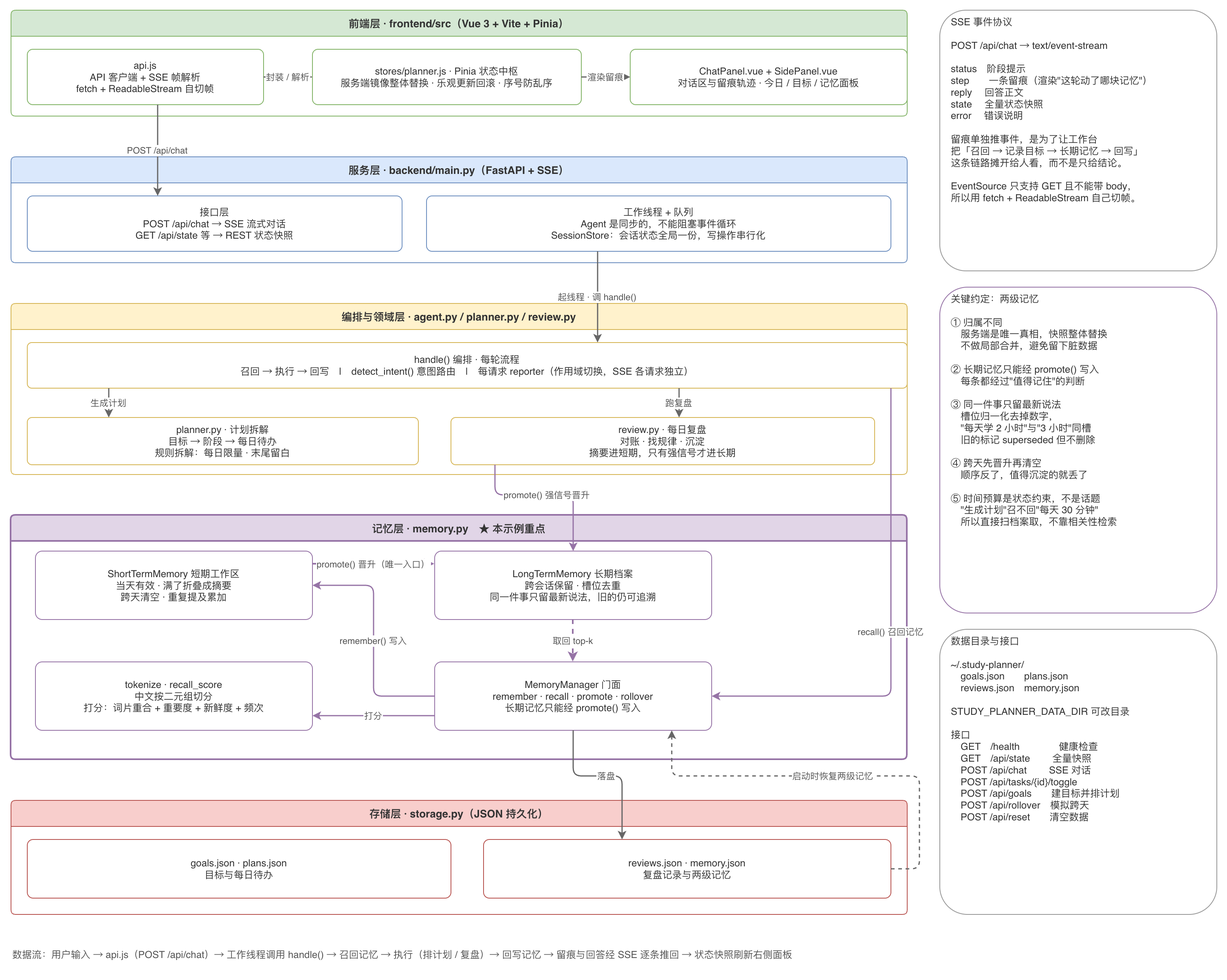
Above: Demos/examples/study_planner/architecture.png in vhtml/AI-Knowledge-Base (draw.io), before the change. Source tidied: cells renumbered, new cells last; positions are measured from the earlier drawing's top-left corner, leaving out a move shared by most shapes. Its diagram source:
```xml
<mxGraphModel>
  <root>
    <mxCell id="0" />
    <mxCell id="1" parent="0" />
    <mxCell id="2" value="前端层 · frontend/src（Vue 3 + Vite + Pinia）" style="swimlane;startSize=32;horizontal=1;html=0;convertToSvg=1;svgWhiteSpace=wrap;fillColor=#d5e8d4;strokeColor=#82b366;fontStyle=1;fontSize=13;fontColor=#333333;rounded=1;arcSize=6;" parent="1" vertex="1">
      <mxGeometry width="1100" height="130" as="geometry" />
    </mxCell>
    <mxCell id="3" value="api.js&#10;API 客户端 + SSE 帧解析&#10;fetch + ReadableStream 自切帧" style="rounded=1;arcSize=10;whiteSpace=wrap;html=0;convertToSvg=1;svgWhiteSpace=wrap;fillColor=#ffffff;strokeColor=#82b366;fontSize=12;fontColor=#333333;" parent="2" vertex="1">
      <mxGeometry x="20" y="48" width="290" height="68" as="geometry" />
    </mxCell>
    <mxCell id="4" value="stores/planner.js · Pinia 状态中枢&#10;服务端镜像整体替换 · 乐观更新回滚 · 序号防乱序" style="rounded=1;arcSize=10;whiteSpace=wrap;html=0;convertToSvg=1;svgWhiteSpace=wrap;fillColor=#ffffff;strokeColor=#82b366;fontSize=12;fontColor=#333333;" parent="2" vertex="1">
      <mxGeometry x="370" y="48" width="330" height="68" as="geometry" />
    </mxCell>
    <mxCell id="5" value="ChatPanel.vue + SidePanel.vue&#10;对话区与留痕轨迹 · 今日 / 目标 / 记忆面板" style="rounded=1;arcSize=10;whiteSpace=wrap;html=0;convertToSvg=1;svgWhiteSpace=wrap;fillColor=#ffffff;strokeColor=#82b366;fontSize=12;fontColor=#333333;" parent="2" vertex="1">
      <mxGeometry x="760" y="48" width="340" height="68" as="geometry" />
    </mxCell>
    <mxCell id="6" value="服务层 · backend/main.py（FastAPI + SSE）" style="swimlane;startSize=32;horizontal=1;html=0;convertToSvg=1;svgWhiteSpace=wrap;fillColor=#dae8fc;strokeColor=#6c8ebf;fontStyle=1;fontSize=13;fontColor=#333333;rounded=1;arcSize=6;" parent="1" vertex="1">
      <mxGeometry y="180" width="1100" height="130" as="geometry" />
    </mxCell>
    <mxCell id="7" value="接口层&#10;POST /api/chat → SSE 流式对话&#10;GET /api/state 等 → REST 状态快照" style="rounded=1;arcSize=10;whiteSpace=wrap;html=0;convertToSvg=1;svgWhiteSpace=wrap;fillColor=#ffffff;strokeColor=#6c8ebf;fontSize=12;fontColor=#333333;" parent="6" vertex="1">
      <mxGeometry x="20" y="48" width="460" height="68" as="geometry" />
    </mxCell>
    <mxCell id="8" value="工作线程 + 队列&#10;Agent 是同步的，不能阻塞事件循环&#10;SessionStore：会话状态全局一份，写操作串行化" style="rounded=1;arcSize=10;whiteSpace=wrap;html=0;convertToSvg=1;svgWhiteSpace=wrap;fillColor=#ffffff;strokeColor=#6c8ebf;fontSize=12;fontColor=#333333;" parent="6" vertex="1">
      <mxGeometry x="510" y="48" width="570" height="68" as="geometry" />
    </mxCell>
    <mxCell id="9" value="编排与领域层 · agent.py / planner.py / review.py" style="swimlane;startSize=32;horizontal=1;html=0;convertToSvg=1;svgWhiteSpace=wrap;fillColor=#fff2cc;strokeColor=#d6b656;fontStyle=1;fontSize=13;fontColor=#333333;rounded=1;arcSize=6;" parent="1" vertex="1">
      <mxGeometry y="360" width="1100" height="210" as="geometry" />
    </mxCell>
    <mxCell id="10" value="handle() 编排 · 每轮流程&#10;召回 → 执行 → 回写　|　detect_intent() 意图路由　|　每请求 reporter（作用域切换，SSE 各请求独立）" style="rounded=1;arcSize=10;whiteSpace=wrap;html=0;convertToSvg=1;svgWhiteSpace=wrap;fillColor=#ffffff;strokeColor=#d6b656;fontSize=12;fontColor=#333333;" parent="9" vertex="1">
      <mxGeometry x="20" y="48" width="1080" height="56" as="geometry" />
    </mxCell>
    <mxCell id="11" value="planner.py · 计划拆解&#10;目标 → 阶段 → 每日待办&#10;规则拆解：每日限量 · 末尾留白" style="rounded=1;arcSize=10;whiteSpace=wrap;html=0;convertToSvg=1;svgWhiteSpace=wrap;fillColor=#ffffff;strokeColor=#d6b656;fontSize=12;fontColor=#333333;" parent="9" vertex="1">
      <mxGeometry x="20" y="140" width="480" height="58" as="geometry" />
    </mxCell>
    <mxCell id="12" value="review.py · 每日复盘&#10;对账 · 找规律 · 沉淀&#10;摘要进短期，只有强信号才进长期" style="rounded=1;arcSize=10;whiteSpace=wrap;html=0;convertToSvg=1;svgWhiteSpace=wrap;fillColor=#ffffff;strokeColor=#d6b656;fontSize=12;fontColor=#333333;" parent="9" vertex="1">
      <mxGeometry x="540" y="140" width="520" height="58" as="geometry" />
    </mxCell>
    <mxCell id="13" value="记忆层 · memory.py　★ 本示例重点" style="swimlane;startSize=32;horizontal=1;html=0;convertToSvg=1;svgWhiteSpace=wrap;fillColor=#e1d5e7;strokeColor=#9673a6;fontStyle=1;fontSize=13;fontColor=#333333;strokeWidth=2;rounded=1;arcSize=6;" parent="1" vertex="1">
      <mxGeometry y="620" width="1100" height="300" as="geometry" />
    </mxCell>
    <mxCell id="14" value="ShortTermMemory 短期工作区&#10;当天有效 · 满了折叠成摘要&#10;跨天清空 · 重复提及累加" style="rounded=1;arcSize=10;whiteSpace=wrap;html=0;convertToSvg=1;svgWhiteSpace=wrap;fillColor=#ffffff;strokeColor=#9673a6;fontSize=12;fontColor=#333333;" parent="13" vertex="1">
      <mxGeometry x="30" y="44" width="340" height="84" as="geometry" />
    </mxCell>
    <mxCell id="15" value="LongTermMemory 长期档案&#10;跨会话保留 · 槽位去重&#10;同一件事只留最新说法，旧的仍可追溯" style="rounded=1;arcSize=10;whiteSpace=wrap;html=0;convertToSvg=1;svgWhiteSpace=wrap;fillColor=#ffffff;strokeColor=#9673a6;fontSize=12;fontColor=#333333;" parent="13" vertex="1">
      <mxGeometry x="520" y="44" width="340" height="84" as="geometry" />
    </mxCell>
    <mxCell id="16" value="tokenize · recall_score&#10;中文按二元组切分&#10;打分：词片重合 + 重要度 + 新鲜度 + 频次" style="rounded=1;arcSize=10;whiteSpace=wrap;html=0;convertToSvg=1;svgWhiteSpace=wrap;fillColor=#ffffff;strokeColor=#9673a6;fontSize=12;fontColor=#333333;" parent="13" vertex="1">
      <mxGeometry x="30" y="180" width="340" height="84" as="geometry" />
    </mxCell>
    <mxCell id="17" value="MemoryManager 门面&#10;remember · recall · promote · rollover&#10;长期记忆只能经 promote() 写入" style="rounded=1;arcSize=10;whiteSpace=wrap;html=0;convertToSvg=1;svgWhiteSpace=wrap;fillColor=#ffffff;strokeColor=#9673a6;fontSize=12;fontColor=#333333;" parent="13" vertex="1">
      <mxGeometry x="520" y="180" width="340" height="84" as="geometry" />
    </mxCell>
    <mxCell id="18" value="promote() 晋升（唯一入口）" style="edgeStyle=orthogonalEdgeStyle;rounded=1;jettySize=auto;html=0;convertToSvg=1;svgWhiteSpace=wrap;exitX=1.0000;exitY=0.1905;exitDx=0;exitDy=0;entryX=0.0000;entryY=0.1905;entryDx=0;entryDy=0;strokeColor=#9673a6;strokeWidth=2;fontSize=11;fontColor=#555555;labelBackgroundColor=#ffffff;" parent="13" edge="1" source="14" target="15">
      <mxGeometry relative="1" as="geometry" />
    </mxCell>
    <mxCell id="19" value="取回 top-k" style="edgeStyle=orthogonalEdgeStyle;rounded=1;jettySize=auto;html=0;convertToSvg=1;svgWhiteSpace=wrap;exitX=0.5000;exitY=1.0000;exitDx=0;exitDy=0;entryX=0.5000;entryY=0.0000;entryDx=0;entryDy=0;strokeColor=#9673a6;strokeWidth=2;fontSize=11;fontColor=#555555;labelBackgroundColor=#ffffff;dashed=1;" parent="13" edge="1" source="15" target="17">
      <mxGeometry relative="1" as="geometry" />
    </mxCell>
    <mxCell id="20" value="remember() 写入" style="edgeStyle=orthogonalEdgeStyle;rounded=1;jettySize=auto;html=0;convertToSvg=1;svgWhiteSpace=wrap;exitX=0.0000;exitY=0.5000;exitDx=0;exitDy=0;entryX=1.0000;entryY=0.5000;entryDx=0;entryDy=0;strokeColor=#9673a6;strokeWidth=1.5;fontSize=11;fontColor=#555555;labelBackgroundColor=#ffffff;" parent="13" edge="1" source="17" target="14">
      <mxGeometry relative="1" as="geometry">
        <Array as="points">
          <mxPoint x="445" y="222" />
          <mxPoint x="445" y="86" />
        </Array>
      </mxGeometry>
    </mxCell>
    <mxCell id="21" value="打分" style="edgeStyle=orthogonalEdgeStyle;rounded=1;jettySize=auto;html=0;convertToSvg=1;svgWhiteSpace=wrap;exitX=0.0000;exitY=0.7857;exitDx=0;exitDy=0;entryX=1.0000;entryY=0.7857;entryDx=0;entryDy=0;strokeColor=#9673a6;strokeWidth=1.5;fontSize=11;fontColor=#555555;labelBackgroundColor=#ffffff;" parent="13" edge="1" source="17" target="16">
      <mxGeometry relative="1" as="geometry" />
    </mxCell>
    <mxCell id="22" value="存储层 · storage.py（JSON 持久化）" style="swimlane;startSize=32;horizontal=1;html=0;convertToSvg=1;svgWhiteSpace=wrap;fillColor=#f8cecc;strokeColor=#b85450;fontStyle=1;fontSize=13;fontColor=#333333;rounded=1;arcSize=6;" parent="1" vertex="1">
      <mxGeometry y="970" width="1100" height="140" as="geometry" />
    </mxCell>
    <mxCell id="23" value="goals.json · plans.json&#10;目标与每日待办" style="rounded=1;arcSize=10;whiteSpace=wrap;html=0;convertToSvg=1;svgWhiteSpace=wrap;fillColor=#ffffff;strokeColor=#b85450;fontSize=12;fontColor=#333333;" parent="22" vertex="1">
      <mxGeometry x="20" y="48" width="520" height="72" as="geometry" />
    </mxCell>
    <mxCell id="24" value="reviews.json · memory.json&#10;复盘记录与两级记忆" style="rounded=1;arcSize=10;whiteSpace=wrap;html=0;convertToSvg=1;svgWhiteSpace=wrap;fillColor=#ffffff;strokeColor=#b85450;fontSize=12;fontColor=#333333;" parent="22" vertex="1">
      <mxGeometry x="580" y="48" width="500" height="72" as="geometry" />
    </mxCell>
    <mxCell id="25" value="SSE 事件协议&#10;&#10;POST /api/chat → text/event-stream&#10;&#10;status　阶段提示&#10;step　　一条留痕（渲染&quot;这轮动了哪块记忆&quot;）&#10;reply　 回答正文&#10;state　 全量状态快照&#10;error　 错误说明&#10;&#10;留痕单独推事件，是为了让工作台&#10;把「召回 → 记录目标 → 长期记忆 → 回写」&#10;这条链路摊开给人看，而不是只给结论。&#10;&#10;EventSource 只支持 GET 且不能带 body，&#10;所以用 fetch + ReadableStream 自己切帧。" style="rounded=1;arcSize=10;whiteSpace=wrap;html=0;convertToSvg=1;svgWhiteSpace=wrap;align=left;spacingLeft=12;verticalAlign=top;fillColor=#ffffff;strokeColor=#999999;fontSize=12;fontColor=#333333;" parent="1" vertex="1">
      <mxGeometry x="1140" width="340" height="320" as="geometry" />
    </mxCell>
    <mxCell id="26" value="关键约定：两级记忆&#10;&#10;① 归属不同&#10;　服务端是唯一真相，快照整体替换&#10;　不做局部合并，避免留下脏数据&#10;&#10;② 长期记忆只能经 promote() 写入&#10;　每条都经过&quot;值得记住&quot;的判断&#10;&#10;③ 同一件事只留最新说法&#10;　槽位归一化去掉数字，&#10;　&quot;每天学 2 小时&quot;与&quot;3 小时&quot;同槽&#10;　旧的标记 superseded 但不删除&#10;&#10;④ 跨天先晋升再清空&#10;　顺序反了，值得沉淀的就丢了&#10;&#10;⑤ 时间预算是状态约束，不是话题&#10;　&quot;生成计划&quot;召不回&quot;每天 30 分钟&quot;&#10;　所以直接扫档案取，不靠相关性检索" style="rounded=1;arcSize=10;whiteSpace=wrap;html=0;convertToSvg=1;svgWhiteSpace=wrap;align=left;spacingLeft=12;verticalAlign=top;fillColor=#ffffff;strokeColor=#9673a6;fontSize=12;fontColor=#333333;" parent="1" vertex="1">
      <mxGeometry x="1140" y="340" width="340" height="400" as="geometry" />
    </mxCell>
    <mxCell id="27" value="数据目录与接口&#10;&#10;~/.study-planner/&#10;　goals.json　　plans.json&#10;　reviews.json　memory.json&#10;&#10;STUDY_PLANNER_DATA_DIR 可改目录&#10;&#10;接口&#10;　GET　/health　　　　健康检查&#10;　GET　/api/state　　 全量快照&#10;　POST /api/chat　　 SSE 对话&#10;　POST /api/tasks/{id}/toggle&#10;　POST /api/goals　　建目标并排计划&#10;　POST /api/rollover　模拟跨天&#10;　POST /api/reset　　清空数据" style="rounded=1;arcSize=10;whiteSpace=wrap;html=0;convertToSvg=1;svgWhiteSpace=wrap;align=left;spacingLeft=12;verticalAlign=top;fillColor=#ffffff;strokeColor=#999999;fontSize=12;fontColor=#333333;" parent="1" vertex="1">
      <mxGeometry x="1140" y="760" width="340" height="350" as="geometry" />
    </mxCell>
    <mxCell id="28" value="数据流：用户输入 → api.js（POST /api/chat）→ 工作线程调用 handle() → 召回记忆 → 执行（排计划 / 复盘）→ 回写记忆 → 留痕与回答经 SSE 逐条推回 → 状态快照刷新右侧面板" style="text;html=0;convertToSvg=1;svgWhiteSpace=wrap;align=left;verticalAlign=middle;fontSize=12;fontColor=#555555;" parent="1" vertex="1">
      <mxGeometry y="1140" width="1100" height="38" as="geometry" />
    </mxCell>
    <mxCell id="29" value="封装 / 解析" style="edgeStyle=orthogonalEdgeStyle;rounded=1;jettySize=auto;html=0;convertToSvg=1;svgWhiteSpace=wrap;exitX=1.0000;exitY=0.5000;exitDx=0;exitDy=0;entryX=0.0000;entryY=0.5000;entryDx=0;entryDy=0;strokeColor=#666666;strokeWidth=1.5;fontSize=11;fontColor=#555555;labelBackgroundColor=#ffffff;" parent="1" edge="1" source="3" target="4">
      <mxGeometry relative="1" as="geometry" />
    </mxCell>
    <mxCell id="30" value="渲染留痕" style="edgeStyle=orthogonalEdgeStyle;rounded=1;jettySize=auto;html=0;convertToSvg=1;svgWhiteSpace=wrap;exitX=1.0000;exitY=0.5000;exitDx=0;exitDy=0;entryX=0.0000;entryY=0.5000;entryDx=0;entryDy=0;strokeColor=#666666;strokeWidth=1.5;fontSize=11;fontColor=#555555;labelBackgroundColor=#ffffff;" parent="1" edge="1" source="4" target="5">
      <mxGeometry relative="1" as="geometry" />
    </mxCell>
    <mxCell id="31" value="POST /api/chat" style="edgeStyle=orthogonalEdgeStyle;rounded=1;jettySize=auto;html=0;convertToSvg=1;svgWhiteSpace=wrap;exitX=0.5517;exitY=1.0000;exitDx=0;exitDy=0;entryX=0.3478;entryY=0.0000;entryDx=0;entryDy=0;strokeColor=#666666;strokeWidth=1.5;fontSize=11;fontColor=#555555;labelBackgroundColor=#ffffff;" parent="1" edge="1" source="3" target="7">
      <mxGeometry relative="1" as="geometry" />
    </mxCell>
    <mxCell id="32" value="起线程 · 调 handle()" style="edgeStyle=orthogonalEdgeStyle;rounded=1;jettySize=auto;html=0;convertToSvg=1;svgWhiteSpace=wrap;exitX=0.3684;exitY=1.0000;exitDx=0;exitDy=0;entryX=0.6481;entryY=0.0000;entryDx=0;entryDy=0;strokeColor=#666666;strokeWidth=1.5;fontSize=11;fontColor=#555555;labelBackgroundColor=#ffffff;" parent="1" edge="1" source="8" target="10">
      <mxGeometry relative="1" as="geometry" />
    </mxCell>
    <mxCell id="33" value="生成计划" style="edgeStyle=orthogonalEdgeStyle;rounded=1;jettySize=auto;html=0;convertToSvg=1;svgWhiteSpace=wrap;exitX=0.0926;exitY=1.0000;exitDx=0;exitDy=0;entryX=0.2083;entryY=0.0000;entryDx=0;entryDy=0;strokeColor=#666666;strokeWidth=1.5;fontSize=11;fontColor=#555555;labelBackgroundColor=#ffffff;" parent="1" edge="1" source="10" target="11">
      <mxGeometry relative="1" as="geometry" />
    </mxCell>
    <mxCell id="34" value="跑复盘" style="edgeStyle=orthogonalEdgeStyle;rounded=1;jettySize=auto;html=0;convertToSvg=1;svgWhiteSpace=wrap;exitX=0.7407;exitY=1.0000;exitDx=0;exitDy=0;entryX=0.5385;entryY=0.0000;entryDx=0;entryDy=0;strokeColor=#666666;strokeWidth=1.5;fontSize=11;fontColor=#555555;labelBackgroundColor=#ffffff;" parent="1" edge="1" source="10" target="12">
      <mxGeometry relative="1" as="geometry" />
    </mxCell>
    <mxCell id="35" value="promote() 强信号晋升" style="edgeStyle=orthogonalEdgeStyle;rounded=1;jettySize=auto;html=0;convertToSvg=1;svgWhiteSpace=wrap;exitX=0.1038;exitY=1.0000;exitDx=0;exitDy=0;entryX=0.5000;entryY=0.0000;entryDx=0;entryDy=0;strokeColor=#9673a6;strokeWidth=1.5;fontSize=11;fontColor=#555555;labelBackgroundColor=#ffffff;" parent="1" edge="1" source="12" target="15">
      <mxGeometry relative="1" as="geometry">
        <Array as="points">
          <mxPoint x="594" y="595" />
          <mxPoint x="690" y="595" />
        </Array>
      </mxGeometry>
    </mxCell>
    <mxCell id="36" value="recall() 召回记忆" style="edgeStyle=orthogonalEdgeStyle;rounded=1;jettySize=auto;html=0;convertToSvg=1;svgWhiteSpace=wrap;exitX=0.9815;exitY=1.0000;exitDx=0;exitDy=0;entryX=1.0000;entryY=0.5000;entryDx=0;entryDy=0;strokeColor=#9673a6;strokeWidth=1.5;fontSize=11;fontColor=#555555;labelBackgroundColor=#ffffff;" parent="1" edge="1" source="10" target="17">
      <mxGeometry relative="1" as="geometry">
        <Array as="points">
          <mxPoint x="1080" y="842" />
        </Array>
      </mxGeometry>
    </mxCell>
    <mxCell id="37" value="落盘" style="edgeStyle=orthogonalEdgeStyle;rounded=1;jettySize=auto;html=0;convertToSvg=1;svgWhiteSpace=wrap;exitX=0.5000;exitY=1.0000;exitDx=0;exitDy=0;entryX=0.3400;entryY=0.0000;entryDx=0;entryDy=0;strokeColor=#666666;strokeWidth=1.5;fontSize=11;fontColor=#555555;labelBackgroundColor=#ffffff;" parent="1" edge="1" source="17" target="24">
      <mxGeometry relative="1" as="geometry">
        <Array as="points">
          <mxPoint x="690" y="940" />
          <mxPoint x="750" y="940" />
        </Array>
      </mxGeometry>
    </mxCell>
    <mxCell id="38" value="启动时恢复两级记忆" style="edgeStyle=orthogonalEdgeStyle;rounded=1;jettySize=auto;html=0;convertToSvg=1;svgWhiteSpace=wrap;exitX=1.0000;exitY=0.5000;exitDx=0;exitDy=0;entryX=0.8559;entryY=1.0000;entryDx=0;entryDy=0;strokeColor=#666666;strokeWidth=1.5;fontSize=11;fontColor=#555555;labelBackgroundColor=#ffffff;dashed=1;" parent="1" edge="1" source="24" target="17">
      <mxGeometry relative="1" as="geometry">
        <Array as="points">
          <mxPoint x="1115" y="1054" />
          <mxPoint x="1115" y="940" />
          <mxPoint x="811" y="940" />
        </Array>
      </mxGeometry>
    </mxCell>
  </root>
</mxGraphModel>
```
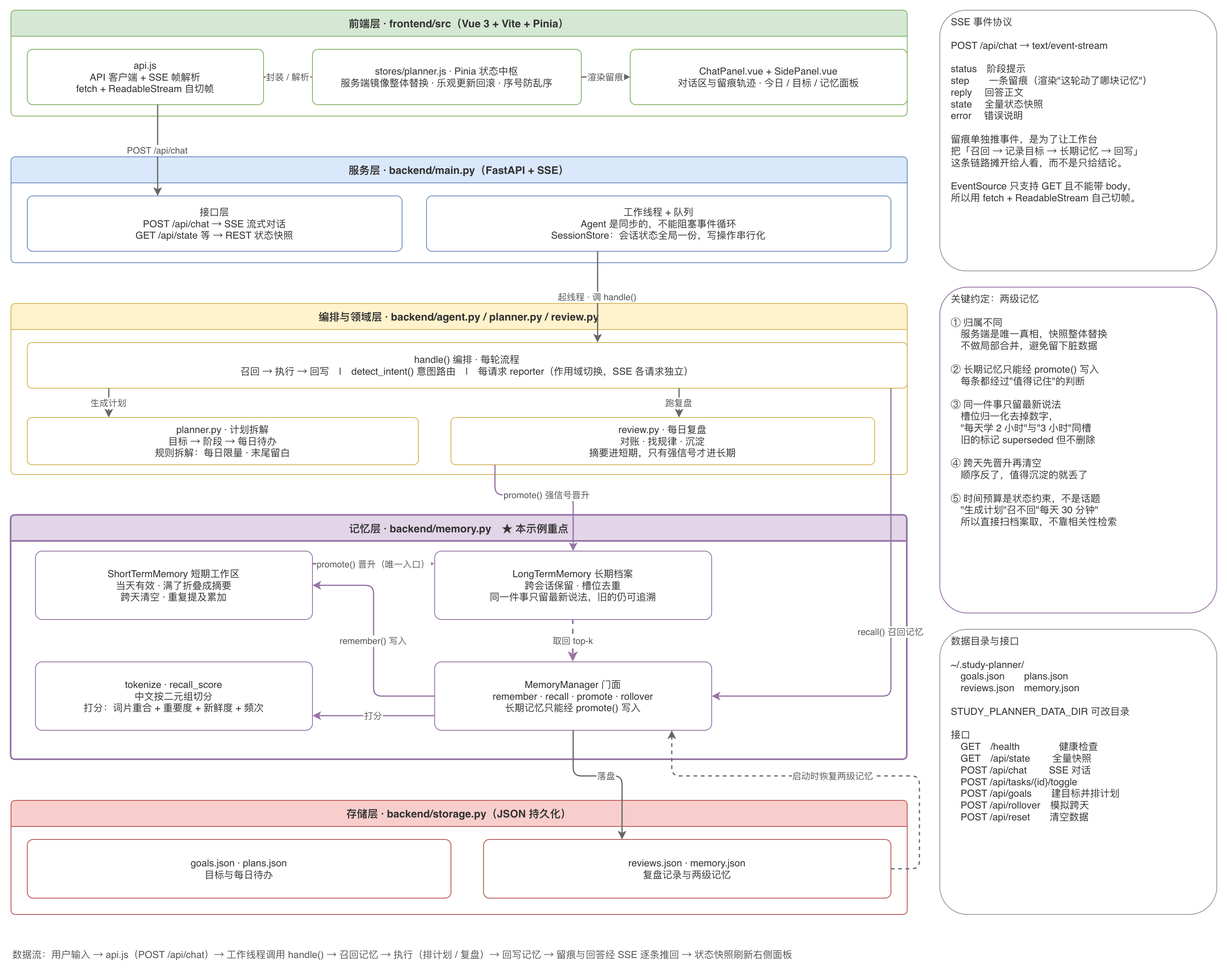
Later version of the same file.

Change to the diagram source:
```diff
@@ -23,7 +23,7 @@
     <mxCell id="8" value="工作线程 + 队列&#10;Agent 是同步的，不能阻塞事件循环&#10;SessionStore：会话状态全局一份，写操作串行化" style="rounded=1;arcSize=10;whiteSpace=wrap;html=0;convertToSvg=1;svgWhiteSpace=wrap;fillColor=#ffffff;strokeColor=#6c8ebf;fontSize=12;fontColor=#333333;" parent="6" vertex="1">
       <mxGeometry x="510" y="48" width="570" height="68" as="geometry" />
     </mxCell>
-    <mxCell id="9" value="编排与领域层 · agent.py / planner.py / review.py" style="swimlane;startSize=32;horizontal=1;html=0;convertToSvg=1;svgWhiteSpace=wrap;fillColor=#fff2cc;strokeColor=#d6b656;fontStyle=1;fontSize=13;fontColor=#333333;rounded=1;arcSize=6;" parent="1" vertex="1">
+    <mxCell id="9" value="编排与领域层 · backend/agent.py / planner.py / review.py" style="swimlane;startSize=32;horizontal=1;html=0;convertToSvg=1;svgWhiteSpace=wrap;fillColor=#fff2cc;strokeColor=#d6b656;fontStyle=1;fontSize=13;fontColor=#333333;rounded=1;arcSize=6;" parent="1" vertex="1">
       <mxGeometry y="360" width="1100" height="210" as="geometry" />
     </mxCell>
     <mxCell id="10" value="handle() 编排 · 每轮流程&#10;召回 → 执行 → 回写　|　detect_intent() 意图路由　|　每请求 reporter（作用域切换，SSE 各请求独立）" style="rounded=1;arcSize=10;whiteSpace=wrap;html=0;convertToSvg=1;svgWhiteSpace=wrap;fillColor=#ffffff;strokeColor=#d6b656;fontSize=12;fontColor=#333333;" parent="9" vertex="1">
@@ -35,7 +35,7 @@
     <mxCell id="12" value="review.py · 每日复盘&#10;对账 · 找规律 · 沉淀&#10;摘要进短期，只有强信号才进长期" style="rounded=1;arcSize=10;whiteSpace=wrap;html=0;convertToSvg=1;svgWhiteSpace=wrap;fillColor=#ffffff;strokeColor=#d6b656;fontSize=12;fontColor=#333333;" parent="9" vertex="1">
       <mxGeometry x="540" y="140" width="520" height="58" as="geometry" />
     </mxCell>
-    <mxCell id="13" value="记忆层 · memory.py　★ 本示例重点" style="swimlane;startSize=32;horizontal=1;html=0;convertToSvg=1;svgWhiteSpace=wrap;fillColor=#e1d5e7;strokeColor=#9673a6;fontStyle=1;fontSize=13;fontColor=#333333;strokeWidth=2;rounded=1;arcSize=6;" parent="1" vertex="1">
+    <mxCell id="13" value="记忆层 · backend/memory.py　★ 本示例重点" style="swimlane;startSize=32;horizontal=1;html=0;convertToSvg=1;svgWhiteSpace=wrap;fillColor=#e1d5e7;strokeColor=#9673a6;fontStyle=1;fontSize=13;fontColor=#333333;strokeWidth=2;rounded=1;arcSize=6;" parent="1" vertex="1">
       <mxGeometry y="620" width="1100" height="300" as="geometry" />
     </mxCell>
     <mxCell id="14" value="ShortTermMemory 短期工作区&#10;当天有效 · 满了折叠成摘要&#10;跨天清空 · 重复提及累加" style="rounded=1;arcSize=10;whiteSpace=wrap;html=0;convertToSvg=1;svgWhiteSpace=wrap;fillColor=#ffffff;strokeColor=#9673a6;fontSize=12;fontColor=#333333;" parent="13" vertex="1">
@@ -67,7 +67,7 @@
     <mxCell id="21" value="打分" style="edgeStyle=orthogonalEdgeStyle;rounded=1;jettySize=auto;html=0;convertToSvg=1;svgWhiteSpace=wrap;exitX=0.0000;exitY=0.7857;exitDx=0;exitDy=0;entryX=1.0000;entryY=0.7857;entryDx=0;entryDy=0;strokeColor=#9673a6;strokeWidth=1.5;fontSize=11;fontColor=#555555;labelBackgroundColor=#ffffff;" parent="13" edge="1" source="17" target="16">
       <mxGeometry relative="1" as="geometry" />
     </mxCell>
-    <mxCell id="22" value="存储层 · storage.py（JSON 持久化）" style="swimlane;startSize=32;horizontal=1;html=0;convertToSvg=1;svgWhiteSpace=wrap;fillColor=#f8cecc;strokeColor=#b85450;fontStyle=1;fontSize=13;fontColor=#333333;rounded=1;arcSize=6;" parent="1" vertex="1">
+    <mxCell id="22" value="存储层 · backend/storage.py（JSON 持久化）" style="swimlane;startSize=32;horizontal=1;html=0;convertToSvg=1;svgWhiteSpace=wrap;fillColor=#f8cecc;strokeColor=#b85450;fontStyle=1;fontSize=13;fontColor=#333333;rounded=1;arcSize=6;" parent="1" vertex="1">
       <mxGeometry y="970" width="1100" height="140" as="geometry" />
     </mxCell>
     <mxCell id="23" value="goals.json · plans.json&#10;目标与每日待办" style="rounded=1;arcSize=10;whiteSpace=wrap;html=0;convertToSvg=1;svgWhiteSpace=wrap;fillColor=#ffffff;strokeColor=#b85450;fontSize=12;fontColor=#333333;" parent="22" vertex="1">
```
